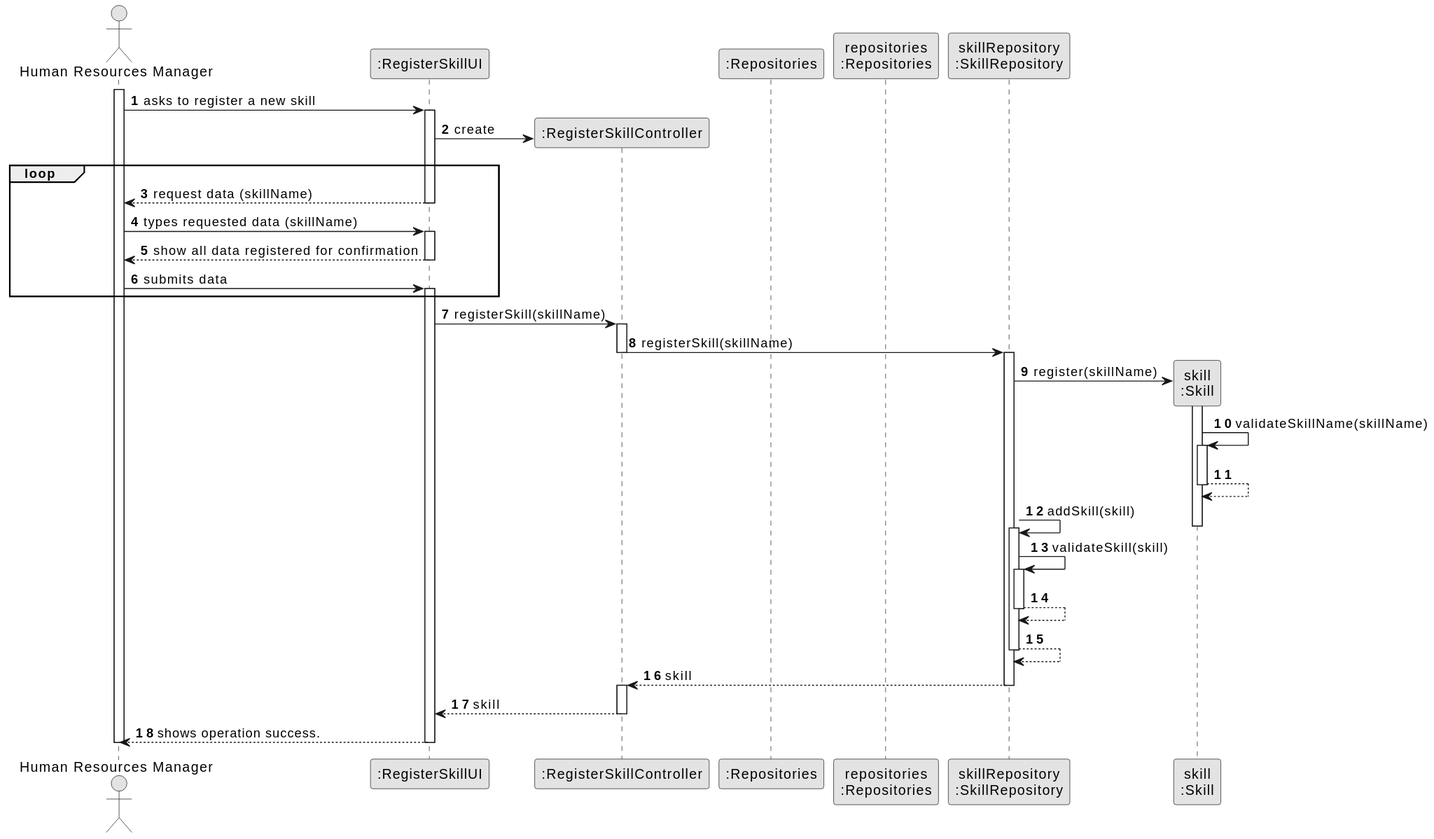
Above: docs/sprintB/us001/03.design/svg/us001-sequence-diagram-full.svg in SAEmanuel/Green_Spaces_Management_ISEP (PlantUML), before the change.
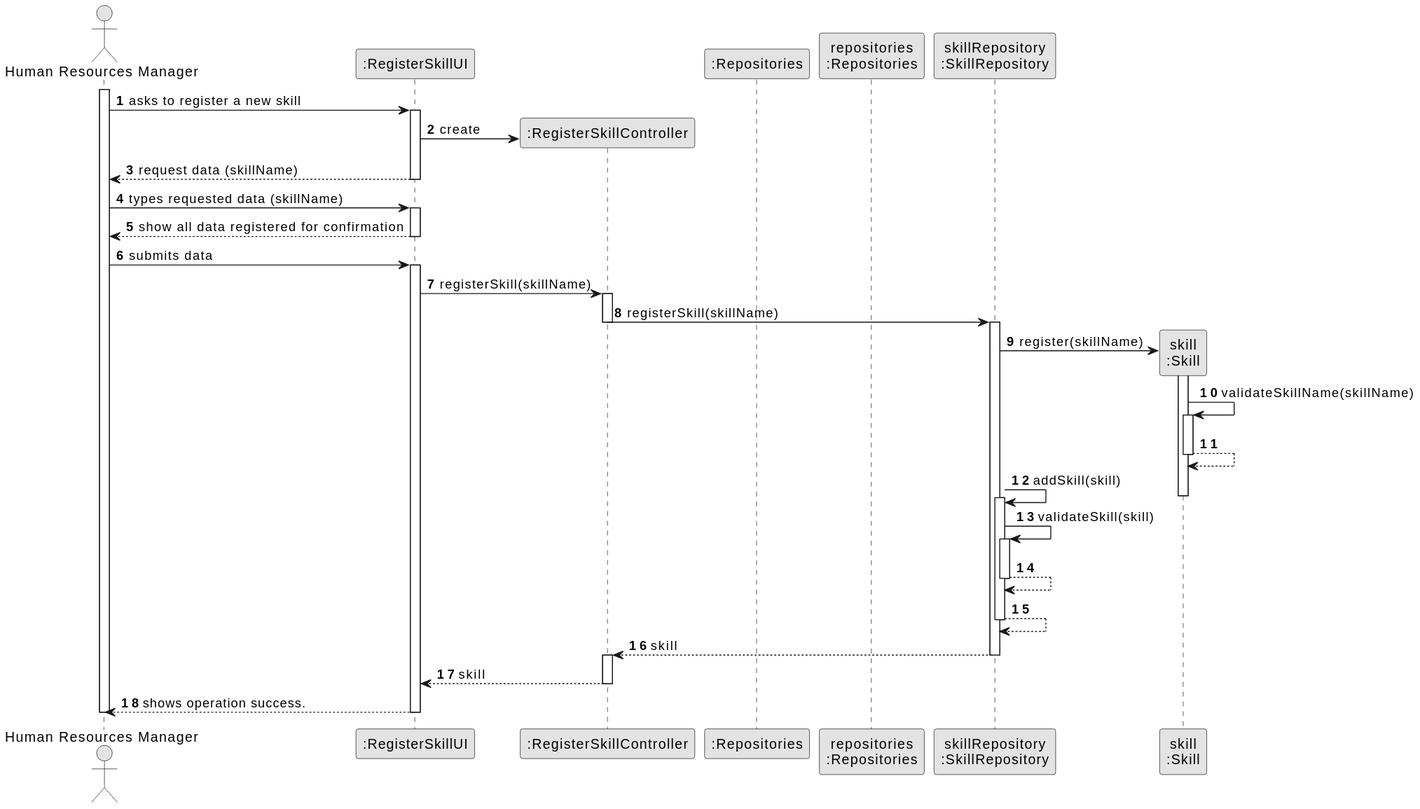
After the commit.

What changed in the source:
```diff
@@ -24,7 +24,7 @@
 
 
 
-loop
+
             UI --> HRM : request data (skillName)
         deactivate UI
 
@@ -37,7 +37,7 @@
 
         HRM -> UI : submits data
             activate UI
-end
+
 
             UI -> CTRL : registerSkill(skillName)
             activate CTRL
```
